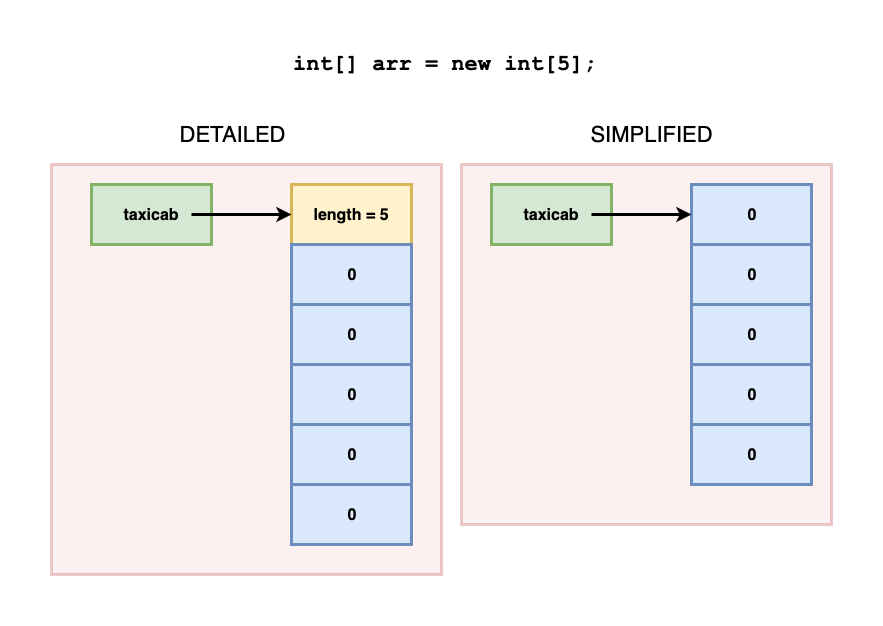
Above: assets/images/intArray.png in SoftwareTechnologyMQ/SoftwareTechnologyMQ.github.io (draw.io), before the change. Source tidied: cells renumbered, new cells last; positions are measured from the earlier drawing's top-left corner, leaving out a move shared by most shapes.
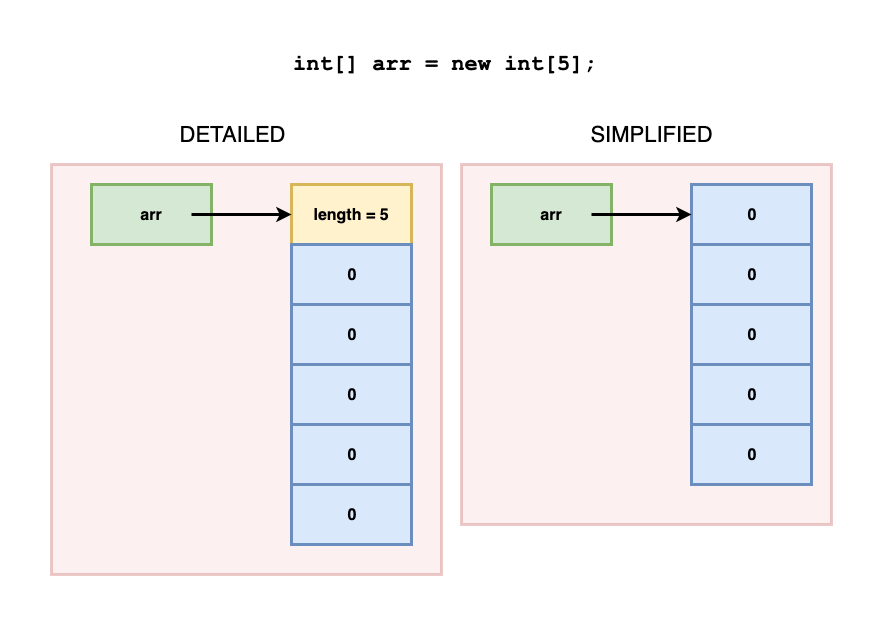
After the commit.

Commit message:
updated compound data

The edit, as a diff of the source:
```diff
@@ -11,7 +11,7 @@
     <mxCell id="4" value="&lt;font face=&quot;Courier New&quot; style=&quot;font-size: 22px&quot;&gt;&lt;b style=&quot;font-size: 22px&quot;&gt;&lt;span class=&quot;s1&quot; style=&quot;font-size: 22px&quot;&gt;int&lt;/span&gt;&lt;span class=&quot;s2&quot; style=&quot;font-size: 22px&quot;&gt;[]&lt;/span&gt;&lt;span class=&quot;s3&quot; style=&quot;font-size: 22px&quot;&gt; &lt;/span&gt;&lt;span class=&quot;s4&quot; style=&quot;font-size: 22px&quot;&gt;arr&amp;nbsp;&lt;/span&gt;&lt;/b&gt;&lt;/font&gt;&lt;b style=&quot;font-family: &amp;#34;courier new&amp;#34;&quot;&gt;&lt;span class=&quot;s5&quot;&gt;=&lt;/span&gt;&lt;span class=&quot;s3&quot;&gt;&amp;nbsp;new int[5]&lt;/span&gt;&lt;span class=&quot;s5&quot;&gt;;&lt;/span&gt;&lt;/b&gt;&lt;font face=&quot;Courier New&quot; style=&quot;font-size: 22px&quot;&gt;&lt;b style=&quot;font-size: 22px&quot;&gt;&lt;span class=&quot;s4&quot; style=&quot;font-size: 22px&quot;&gt;&lt;br&gt;&lt;/span&gt;&lt;/b&gt;&lt;/font&gt;&lt;p class=&quot;p1&quot; style=&quot;font-size: 22px&quot;&gt;&lt;font face=&quot;Courier New&quot; style=&quot;font-size: 22px&quot;&gt;&lt;b style=&quot;font-size: 22px&quot;&gt;&lt;span class=&quot;s3&quot; style=&quot;font-size: 22px&quot;&gt;&lt;/span&gt;&lt;/b&gt;&lt;/font&gt;&lt;/p&gt;&lt;font face=&quot;Courier New&quot; style=&quot;font-size: 22px&quot;&gt;&lt;b style=&quot;font-size: 22px&quot;&gt;&lt;br style=&quot;font-size: 22px&quot;&gt;&lt;/b&gt;&lt;/font&gt;&lt;p class=&quot;p2&quot; style=&quot;font-size: 22px&quot;&gt;&lt;font face=&quot;Courier New&quot; style=&quot;font-size: 22px&quot;&gt;&lt;b style=&quot;font-size: 22px&quot;&gt;&lt;span class=&quot;Apple-tab-span&quot; style=&quot;font-size: 22px&quot;&gt;&#9;&lt;/span&gt;&lt;span class=&quot;Apple-tab-span&quot; style=&quot;font-size: 22px&quot;&gt;&#9;&lt;/span&gt;&lt;/b&gt;&lt;/font&gt;&lt;/p&gt;" style="text;html=1;strokeColor=none;fillColor=none;align=left;verticalAlign=middle;whiteSpace=wrap;rounded=0;fontSize=22;" parent="1" vertex="1">
       <mxGeometry x="240" width="450" height="30" as="geometry" />
     </mxCell>
-    <mxCell id="5" value="taxicab" style="rounded=0;whiteSpace=wrap;html=1;fillColor=#d5e8d4;strokeColor=#82b366;strokeWidth=3;fontSize=16;fontStyle=1;" parent="1" vertex="1">
+    <mxCell id="5" value="arr" style="rounded=0;whiteSpace=wrap;html=1;fillColor=#d5e8d4;strokeColor=#82b366;strokeWidth=3;fontSize=16;fontStyle=1;" parent="1" vertex="1">
       <mxGeometry x="40" y="100" width="120" height="60" as="geometry" />
     </mxCell>
     <mxCell id="6" value="length = 5" style="rounded=0;whiteSpace=wrap;html=1;fillColor=#fff2cc;strokeColor=#d6b656;strokeWidth=3;fontSize=16;fontStyle=1;" parent="1" vertex="1">
@@ -34,7 +34,7 @@
         <mxPoint x="140" y="130" as="sourcePoint" />
       </mxGeometry>
     </mxCell>
-    <mxCell id="12" value="taxicab" style="rounded=0;whiteSpace=wrap;html=1;fillColor=#d5e8d4;strokeColor=#82b366;strokeWidth=3;fontSize=16;fontStyle=1;" parent="1" vertex="1">
+    <mxCell id="12" value="arr" style="rounded=0;whiteSpace=wrap;html=1;fillColor=#d5e8d4;strokeColor=#82b366;strokeWidth=3;fontSize=16;fontStyle=1;" parent="1" vertex="1">
       <mxGeometry x="440" y="100" width="120" height="60" as="geometry" />
     </mxCell>
     <mxCell id="13" value="0" style="rounded=0;whiteSpace=wrap;html=1;fillColor=#dae8fc;strokeColor=#6c8ebf;strokeWidth=3;fontSize=16;fontStyle=1;" parent="1" vertex="1">
```
